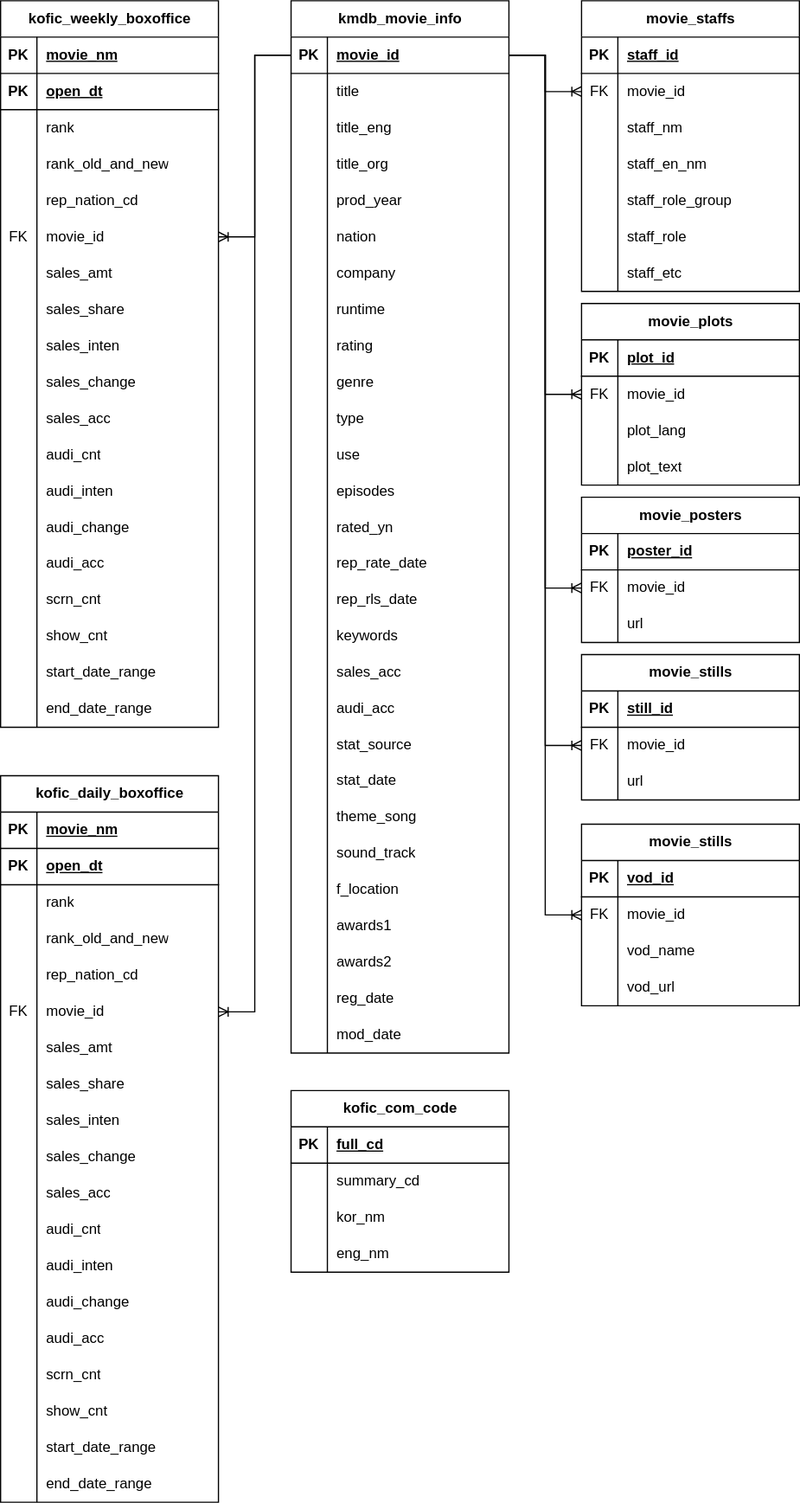
moner050/cine-info keeps this draw.io diagram as cine-info-erd.svg. Above is the earlier version. Source tidied: cells renumbered, new cells last; positions are measured from the earlier drawing's top-left corner, leaving out a move shared by most shapes.
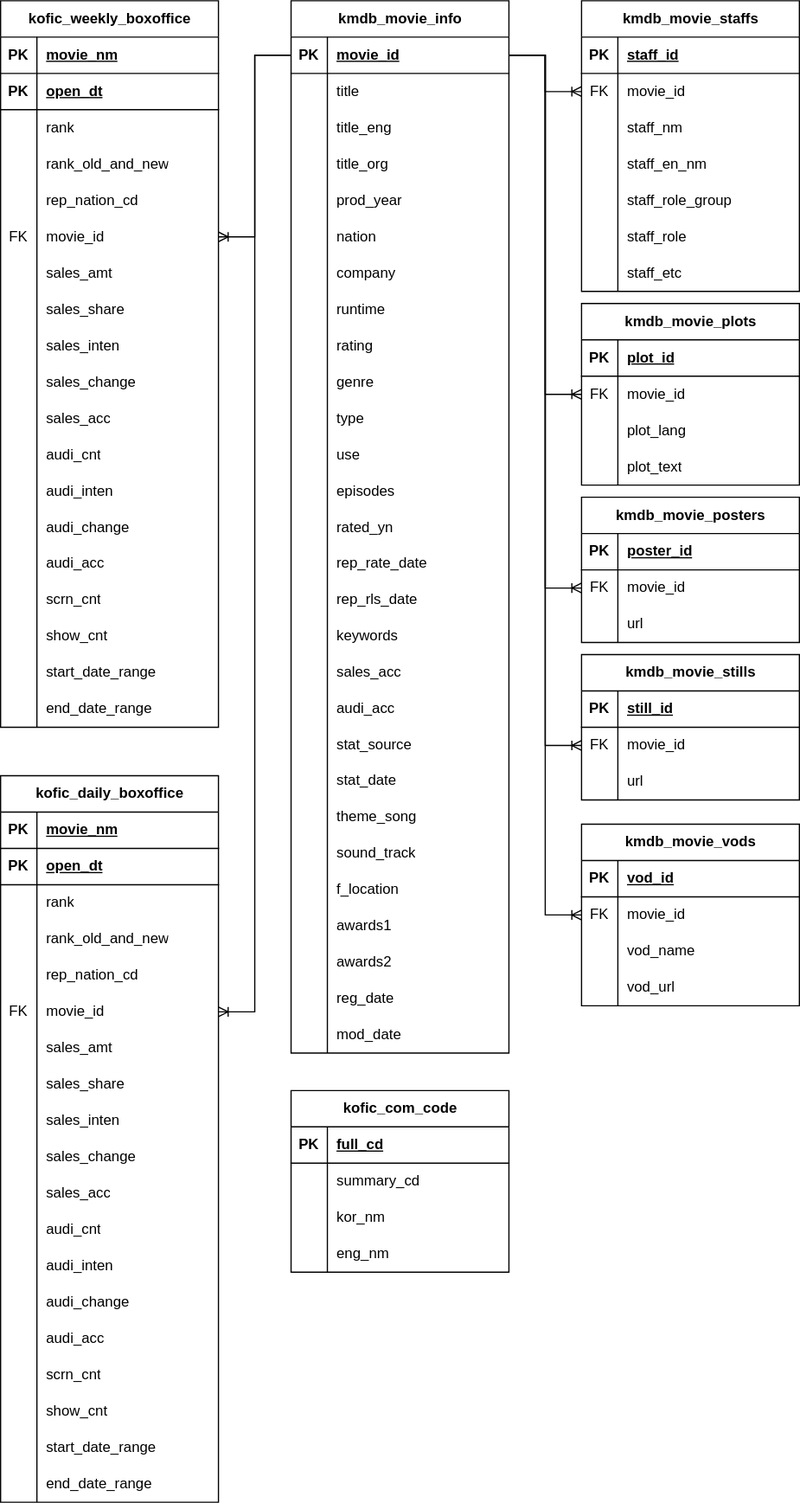
After the commit.

Diff of the diagram source:
```diff
@@ -644,7 +644,7 @@
     <mxCell id="215" value="mod_date" style="shape=partialRectangle;fillColor=none;top=0;left=0;bottom=0;right=0;align=left;spacingLeft=6;overflow=hidden;whiteSpace=wrap;html=1;" parent="213" vertex="1">
       <mxGeometry x="30" width="150" height="30" as="geometry" />
     </mxCell>
-    <mxCell id="216" value="movie_staffs" style="shape=table;startSize=30;rowLines=0;fontStyle=1;align=center;html=1;" parent="1" vertex="1">
+    <mxCell id="216" value="kmdb_movie_staffs" style="shape=table;startSize=30;rowLines=0;fontStyle=1;align=center;html=1;" parent="1" vertex="1">
       <mxGeometry x="480" width="180" height="240" as="geometry" />
     </mxCell>
     <mxCell id="217" style="shape=tableRow;horizontal=0;startSize=0;swimlaneHead=0;swimlaneBody=0;fillColor=none;top=0;left=0;right=0;bottom=1;" parent="216" vertex="1">
@@ -716,7 +716,7 @@
     <mxCell id="239" style="edgeStyle=entityRelationEdgeStyle;fontSize=12;html=1;endArrow=ERoneToMany;rounded=0;exitX=0;exitY=0.5;exitDx=0;exitDy=0;" parent="1" edge="1" source="132" target="76">
       <mxGeometry relative="1" as="geometry" />
     </mxCell>
-    <mxCell id="240" value="movie_plots" style="shape=table;startSize=30;rowLines=0;fontStyle=1;align=center;html=1;" parent="1" vertex="1">
+    <mxCell id="240" value="kmdb_movie_plots" style="shape=table;startSize=30;rowLines=0;fontStyle=1;align=center;html=1;" parent="1" vertex="1">
       <mxGeometry x="480" y="250" width="180" height="150" as="geometry" />
     </mxCell>
     <mxCell id="241" style="shape=tableRow;horizontal=0;startSize=0;swimlaneHead=0;swimlaneBody=0;fillColor=none;top=0;left=0;right=0;bottom=1;" parent="240" vertex="1">
@@ -755,7 +755,7 @@
     <mxCell id="252" value="plot_text" style="shape=partialRectangle;fillColor=none;top=0;left=0;bottom=0;right=0;align=left;spacingLeft=6;overflow=hidden;whiteSpace=wrap;html=1;" parent="250" vertex="1">
       <mxGeometry x="30" width="150" height="30" as="geometry" />
     </mxCell>
-    <mxCell id="253" value="movie_posters" style="shape=table;startSize=30;rowLines=0;fontStyle=1;align=center;html=1;" parent="1" vertex="1">
+    <mxCell id="253" value="kmdb_movie_posters" style="shape=table;startSize=30;rowLines=0;fontStyle=1;align=center;html=1;" parent="1" vertex="1">
       <mxGeometry x="480" y="410" width="180" height="120" as="geometry" />
     </mxCell>
     <mxCell id="254" style="shape=tableRow;horizontal=0;startSize=0;swimlaneHead=0;swimlaneBody=0;fillColor=none;top=0;left=0;right=0;bottom=1;" parent="253" vertex="1">
@@ -785,7 +785,7 @@
     <mxCell id="262" value="url" style="shape=partialRectangle;fillColor=none;top=0;left=0;bottom=0;right=0;align=left;spacingLeft=6;overflow=hidden;whiteSpace=wrap;html=1;" parent="260" vertex="1">
       <mxGeometry x="30" width="150" height="30" as="geometry" />
     </mxCell>
-    <mxCell id="263" value="movie_stills" style="shape=table;startSize=30;rowLines=0;fontStyle=1;align=center;html=1;" parent="1" vertex="1">
+    <mxCell id="263" value="kmdb_movie_stills" style="shape=table;startSize=30;rowLines=0;fontStyle=1;align=center;html=1;" parent="1" vertex="1">
       <mxGeometry x="480" y="540" width="180" height="120" as="geometry" />
     </mxCell>
     <mxCell id="264" style="shape=tableRow;horizontal=0;startSize=0;swimlaneHead=0;swimlaneBody=0;fillColor=none;top=0;left=0;right=0;bottom=1;" parent="263" vertex="1">
@@ -815,7 +815,7 @@
     <mxCell id="272" value="url" style="shape=partialRectangle;fillColor=none;top=0;left=0;bottom=0;right=0;align=left;spacingLeft=6;overflow=hidden;whiteSpace=wrap;html=1;" parent="270" vertex="1">
       <mxGeometry x="30" width="150" height="30" as="geometry" />
     </mxCell>
-    <mxCell id="273" value="movie_stills" style="shape=table;startSize=30;rowLines=0;fontStyle=1;align=center;html=1;" parent="1" vertex="1">
+    <mxCell id="273" value="kmdb_movie_vods" style="shape=table;startSize=30;rowLines=0;fontStyle=1;align=center;html=1;" parent="1" vertex="1">
       <mxGeometry x="480" y="680" width="180" height="150" as="geometry" />
     </mxCell>
     <mxCell id="274" style="shape=tableRow;horizontal=0;startSize=0;swimlaneHead=0;swimlaneBody=0;fillColor=none;top=0;left=0;right=0;bottom=1;" parent="273" vertex="1">
```
